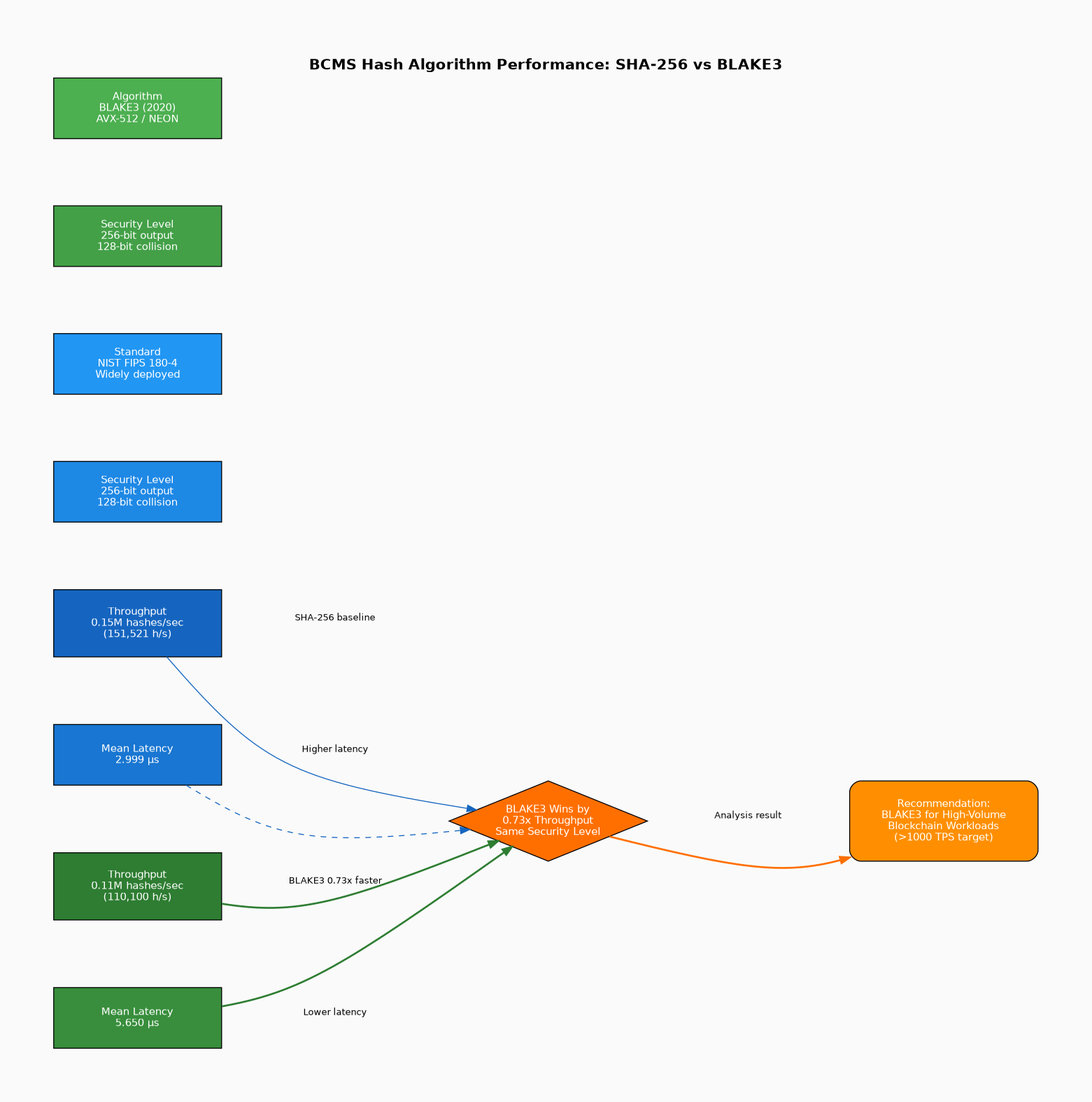
The Graphviz diagram diagrams/benchmark_comparison.png in NawalAlragwi/fabricNew, before a commit. Its source is kept beside it as diagrams/benchmark_comparison.dot.
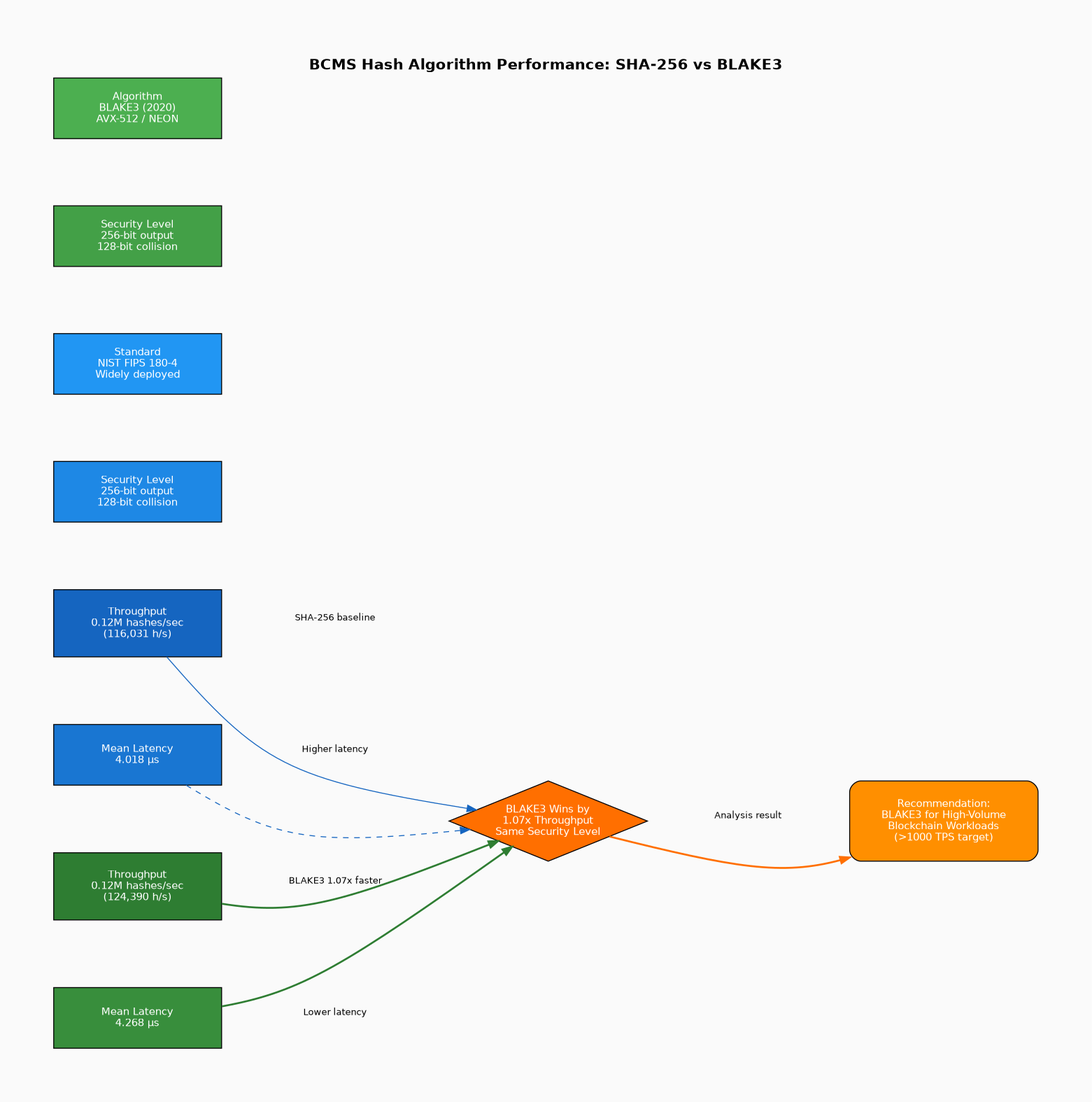
After the change.

Change to the diagram source:
```diff
@@ -21,11 +21,11 @@
         style=filled fillcolor="#E3F2FD" color="#1565C0"
         fontsize=13 fontname="Helvetica-Bold"
 
-        SHA_TPS [label="Throughput\n0.15M hashes/sec\n(151,521 h/s)"
+        SHA_TPS [label="Throughput\n0.12M hashes/sec\n(116,031 h/s)"
                  shape=rectangle style=filled fillcolor="#1565C0" fontcolor=white
                  width=2.5 height=1.0]
 
-        SHA_LAT [label="Mean Latency\n2.999 µs"
+        SHA_LAT [label="Mean Latency\n4.018 µs"
                  shape=rectangle style=filled fillcolor="#1976D2" fontcolor=white
                  width=2.5 height=0.9]
 
@@ -43,11 +43,11 @@
         style=filled fillcolor="#E8F5E9" color="#2E7D32"
         fontsize=13 fontname="Helvetica-Bold"
 
-        B3_TPS [label="Throughput\n0.11M hashes/sec\n(110,100 h/s)"
+        B3_TPS [label="Throughput\n0.12M hashes/sec\n(124,390 h/s)"
                 shape=rectangle style=filled fillcolor="#2E7D32" fontcolor=white
                 width=2.5 height=1.0]
 
-        B3_LAT [label="Mean Latency\n5.650 µs"
+        B3_LAT [label="Mean Latency\n4.268 µs"
                 shape=rectangle style=filled fillcolor="#388E3C" fontcolor=white
                 width=2.5 height=0.9]
 
@@ -61,7 +61,7 @@
     }
 
 
-    WINNER [label="BLAKE3 Wins by\n0.73x Throughput\nSame Security Level"
+    WINNER [label="BLAKE3 Wins by\n1.07x Throughput\nSame Security Level"
             shape=diamond style=filled fillcolor="#FF6F00" fontcolor=white
             width=2.5 height=1.2]
 
@@ -71,7 +71,7 @@
 
 
     SHA_TPS -> WINNER [label="SHA-256 baseline" color="#1565C0"]
-    B3_TPS -> WINNER [label="BLAKE3 0.73x faster" color="#2E7D32" style=bold]
+    B3_TPS -> WINNER [label="BLAKE3 1.07x faster" color="#2E7D32" style=bold]
     SHA_LAT -> WINNER [label="Higher latency" color="#1565C0" style=dashed]
     B3_LAT -> WINNER [label="Lower latency" color="#2E7D32" style=bold]
     WINNER -> REC [label="Analysis result" color="#FF6F00" style=bold penwidth=2]
```
